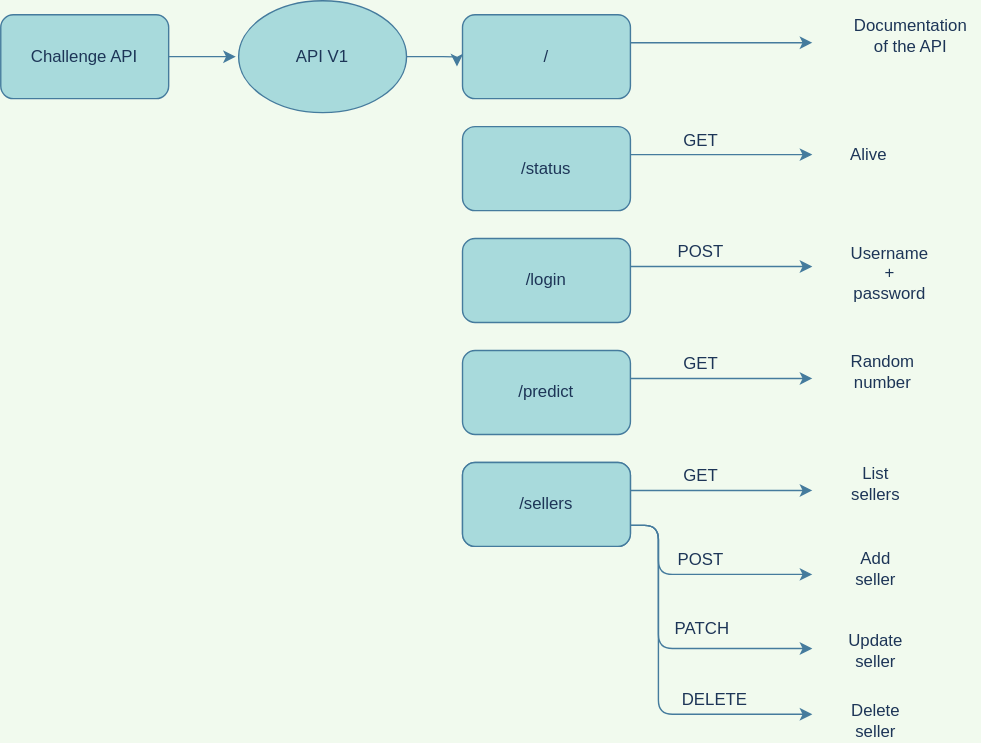
The draw.io diagram Api_UML.svg in Demesmaeker/API_learning_Flask, before a commit. Source tidied: cells renumbered, new cells last; positions are measured from the earlier drawing's top-left corner, leaving out a move shared by most shapes.
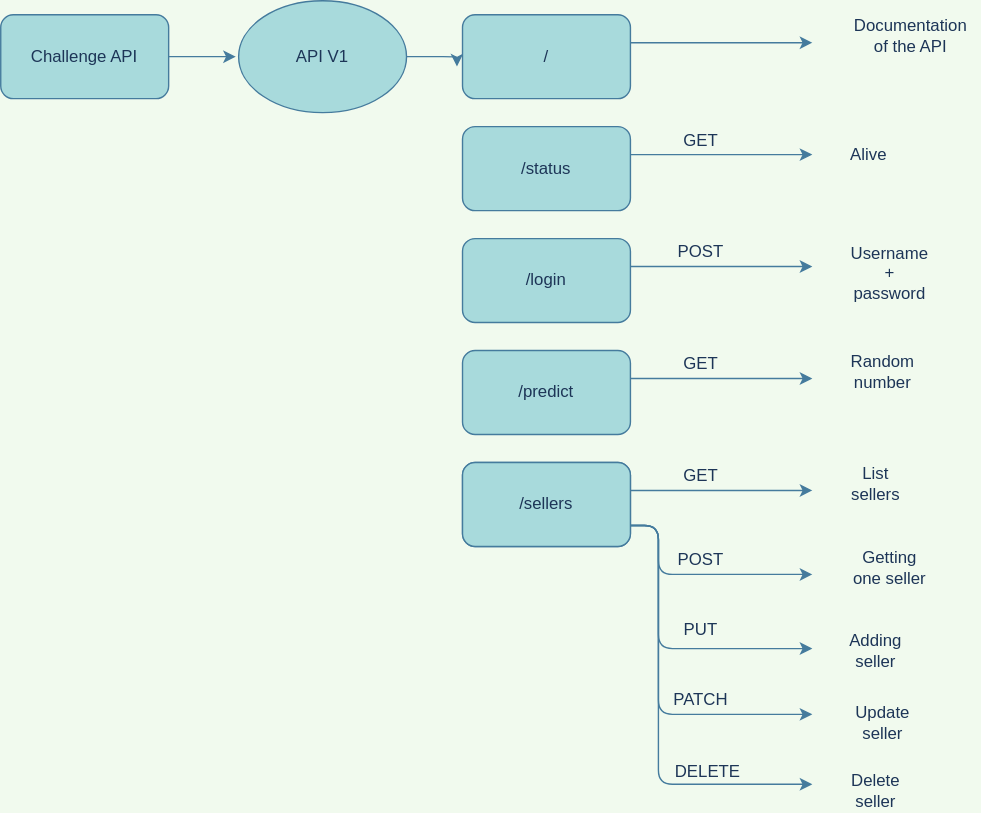
Later version of the same file.

Diff of the diagram source:
```diff
@@ -100,13 +100,13 @@
       </mxGeometry>
     </mxCell>
     <mxCell id="25" value="&lt;div&gt;Update&lt;br&gt;&lt;/div&gt;&lt;div&gt;seller&lt;br&gt;&lt;/div&gt;" style="text;html=1;align=center;verticalAlign=middle;fontColor=#1D3557;rounded=1;" parent="1" vertex="1">
-      <mxGeometry x="595" y="450" width="60" height="30" as="geometry" />
+      <mxGeometry x="600" y="501" width="60" height="30" as="geometry" />
     </mxCell>
-    <mxCell id="26" value="&lt;div&gt;Add&lt;br&gt;&lt;/div&gt;&lt;div&gt;seller&lt;br&gt;&lt;/div&gt;" style="text;html=1;align=center;verticalAlign=middle;fontColor=#1D3557;rounded=1;" parent="1" vertex="1">
-      <mxGeometry x="600" y="391" width="50" height="30" as="geometry" />
+    <mxCell id="26" value="&lt;div&gt;Getting&lt;br&gt;&lt;/div&gt;&lt;div&gt;one seller&lt;br&gt;&lt;/div&gt;" style="text;html=1;align=center;verticalAlign=middle;fontColor=#1D3557;rounded=1;" parent="1" vertex="1">
+      <mxGeometry x="600" y="390" width="70" height="30" as="geometry" />
     </mxCell>
     <mxCell id="27" value="PATCH" style="text;html=1;align=center;verticalAlign=middle;fontColor=#1D3557;rounded=1;" parent="1" vertex="1">
-      <mxGeometry x="476" y="439" width="50" height="20" as="geometry" />
+      <mxGeometry x="475" y="490" width="50" height="20" as="geometry" />
     </mxCell>
     <mxCell id="28" value="/sellers" style="whiteSpace=wrap;html=1;fillColor=#A8DADC;strokeColor=#457B9D;fontColor=#1D3557;rounded=1;" parent="1" vertex="1">
       <mxGeometry x="330" y="330" width="120" height="60" as="geometry" />
@@ -123,10 +123,10 @@
       </mxGeometry>
     </mxCell>
     <mxCell id="30" value="&lt;div&gt;Delete&lt;br&gt;&lt;/div&gt;&lt;div&gt;seller&lt;/div&gt;" style="text;html=1;align=center;verticalAlign=middle;fontColor=#1D3557;rounded=1;" parent="1" vertex="1">
-      <mxGeometry x="600" y="500" width="50" height="30" as="geometry" />
+      <mxGeometry x="600" y="550" width="50" height="30" as="geometry" />
     </mxCell>
     <mxCell id="31" value="DELETE" style="text;html=1;align=center;verticalAlign=middle;fontColor=#1D3557;rounded=1;" parent="1" vertex="1">
-      <mxGeometry x="480" y="490" width="60" height="20" as="geometry" />
+      <mxGeometry x="475" y="541" width="60" height="20" as="geometry" />
     </mxCell>
     <mxCell id="32" value="/" style="whiteSpace=wrap;html=1;fillColor=#A8DADC;strokeColor=#457B9D;fontColor=#1D3557;rounded=1;" parent="1" vertex="1">
       <mxGeometry x="330" y="10" width="120" height="60" as="geometry" />
@@ -140,5 +140,20 @@
         <mxPoint x="580" y="30" as="targetPoint" />
       </mxGeometry>
     </mxCell>
+    <mxCell id="35" style="edgeStyle=orthogonalEdgeStyle;jettySize=auto;html=1;exitX=1;exitY=0.75;exitDx=0;exitDy=0;labelBackgroundColor=#F1FAEE;strokeColor=#457B9D;fontColor=#1D3557;" parent="1" edge="1" source="28">
+      <mxGeometry relative="1" as="geometry">
+        <mxPoint x="580" y="560" as="targetPoint" />
+        <Array as="points">
+          <mxPoint x="470" y="375" />
+          <mxPoint x="470" y="560" />
+        </Array>
+      </mxGeometry>
+    </mxCell>
+    <mxCell id="36" value="PUT" style="text;html=1;align=center;verticalAlign=middle;fontColor=#1D3557;rounded=1;" parent="1" vertex="1">
+      <mxGeometry x="480" y="440" width="40" height="20" as="geometry" />
+    </mxCell>
+    <mxCell id="37" value="&lt;div&gt;Adding&lt;br&gt;&lt;/div&gt;&lt;div&gt;seller&lt;/div&gt;" style="text;html=1;align=center;verticalAlign=middle;fontColor=#1D3557;rounded=1;" parent="1" vertex="1">
+      <mxGeometry x="600" y="450" width="50" height="30" as="geometry" />
+    </mxCell>
   </root>
 </mxGraphModel>
```
